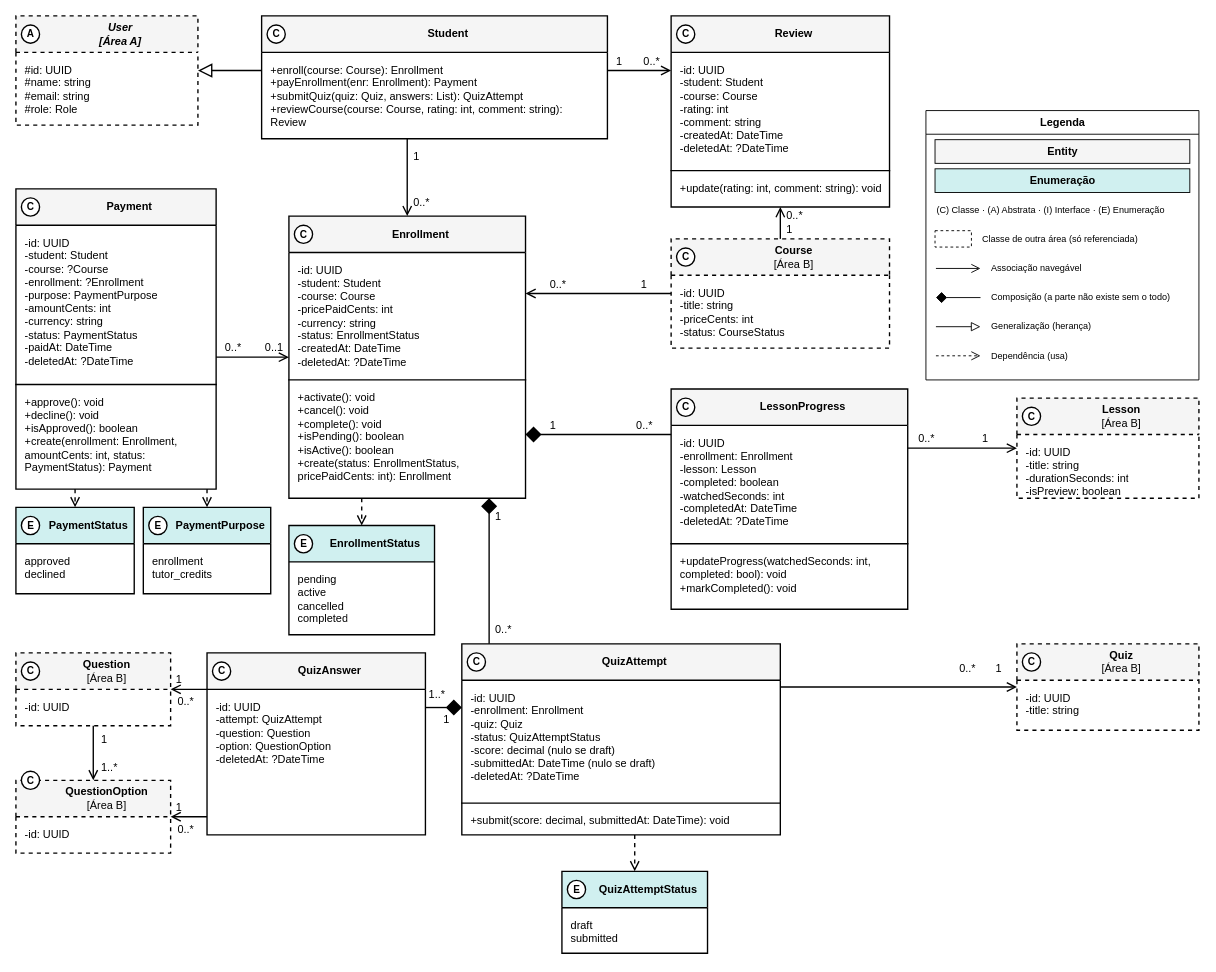
Above: especificacao/diagramas/13-classes-area-c-negocial.drawio in Plataforma-de-Cursos-TCC/plataforma-cursos-docs (draw.io), before the change. Source tidied: cells renumbered, new cells numbered last; positions are measured from the earlier drawing's top-left corner, leaving out a move shared by most shapes. Both pictures are drawn from the tidied source at 91%, with x=0, y=0 at pixel (15, 15).
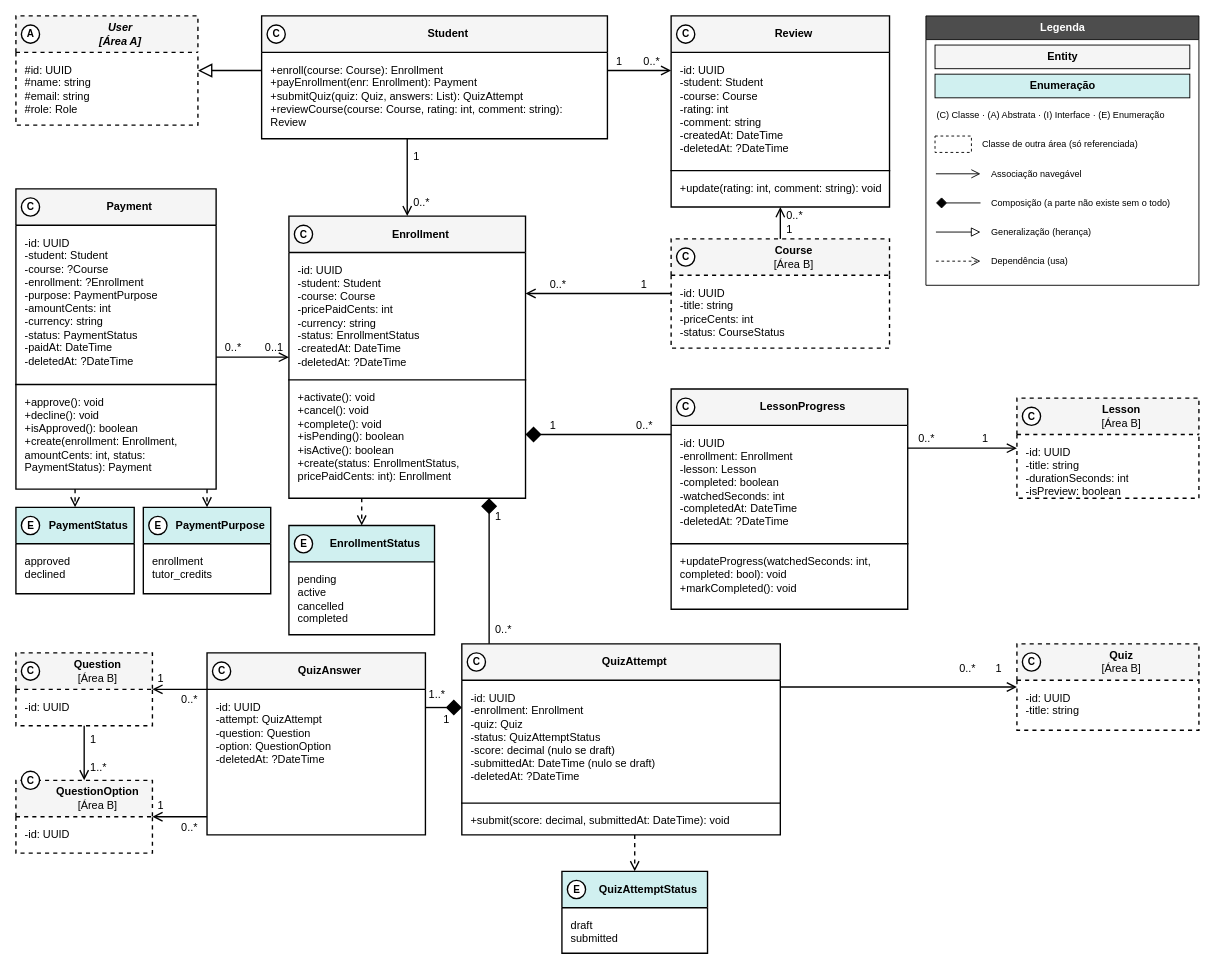
The same diagram, later.

Change to the diagram source:
```diff
@@
     <mxCell id="68" value="&lt;b&gt;Question&lt;/b&gt;&lt;br&gt;[Área B]" style="swimlane;fontStyle=0;align=center;verticalAlign=middle;horizontal=1;startSize=40;html=1;whiteSpace=wrap;fontFamily=Helvetica;fontSize=12;swimlaneFillColor=#FFFFFF;strokeColor=#000000;strokeWidth=1.5;fontColor=#000000;spacingLeft=30;dashed=1;fillColor=#F5F5F5;" parent="1" vertex="1">
-      <mxGeometry y="700" width="170" height="80" as="geometry" />
+      <mxGeometry y="700" width="150" height="80" as="geometry" />
     </mxCell>
@@
     <mxCell id="70" value="&lt;b&gt;QuestionOption&lt;/b&gt;&lt;br&gt;[Área B]" style="swimlane;fontStyle=0;align=center;verticalAlign=middle;horizontal=1;startSize=40;html=1;whiteSpace=wrap;fontFamily=Helvetica;fontSize=12;swimlaneFillColor=#FFFFFF;strokeColor=#000000;strokeWidth=1.5;fontColor=#000000;spacingLeft=30;dashed=1;fillColor=#F5F5F5;" parent="1" vertex="1">
-      <mxGeometry y="840" width="170" height="80" as="geometry" />
+      <mxGeometry y="840" width="150" height="80" as="geometry" />
     </mxCell>
@@
     <mxCell id="76" value="0..*" style="text;html=1;align=left;verticalAlign=middle;fontFamily=Helvetica;fontSize=12;fontColor=#000000;fillColor=none;strokeColor=none;" parent="1" vertex="1">
-      <mxGeometry x="176" y="744" width="30" height="20" as="geometry" />
+      <mxGeometry x="180" y="742" width="30" height="20" as="geometry" />
     </mxCell>
     <mxCell id="77" value="1" style="text;html=1;align=left;verticalAlign=middle;fontFamily=Helvetica;fontSize=12;fontColor=#000000;fillColor=none;strokeColor=none;" parent="1" vertex="1">
-      <mxGeometry x="174" y="720" width="20" height="20" as="geometry" />
+      <mxGeometry x="154" y="718" width="20" height="20" as="geometry" />
     </mxCell>
     <mxCell id="78" value="0..*" style="text;html=1;align=left;verticalAlign=middle;fontFamily=Helvetica;fontSize=12;fontColor=#000000;fillColor=none;strokeColor=none;" parent="1" vertex="1">
-      <mxGeometry x="176" y="884" width="30" height="20" as="geometry" />
+      <mxGeometry x="180" y="882" width="30" height="20" as="geometry" />
     </mxCell>
     <mxCell id="79" value="1" style="text;html=1;align=left;verticalAlign=middle;fontFamily=Helvetica;fontSize=12;fontColor=#000000;fillColor=none;strokeColor=none;" parent="1" vertex="1">
-      <mxGeometry x="174" y="860" width="20" height="20" as="geometry" />
+      <mxGeometry x="154" y="858" width="20" height="20" as="geometry" />
     </mxCell>
     <mxCell id="80" value="1" style="text;html=1;align=left;verticalAlign=middle;fontFamily=Helvetica;fontSize=12;fontColor=#000000;fillColor=none;strokeColor=none;" parent="1" vertex="1">
-      <mxGeometry x="92" y="786" width="20" height="20" as="geometry" />
+      <mxGeometry x="80" y="786" width="20" height="20" as="geometry" />
     </mxCell>
     <mxCell id="81" value="1..*" style="text;html=1;align=left;verticalAlign=middle;fontFamily=Helvetica;fontSize=12;fontColor=#000000;fillColor=none;strokeColor=none;" parent="1" vertex="1">
-      <mxGeometry x="92" y="816" width="30" height="20" as="geometry" />
+      <mxGeometry x="80" y="816" width="30" height="20" as="geometry" />
     </mxCell>
@@
-    <mxCell id="102" value="Legenda" style="swimlane;html=1;rounded=0;startSize=26;fontStyle=1;fillColor=#FFFFFF;swimlaneFillColor=#FFFFFF;strokeColor=#000000;" parent="1" vertex="1">
-      <mxGeometry x="1000" y="104" width="300" height="296" as="geometry" />
+    <mxCell id="102" value="Legenda" style="swimlane;html=1;rounded=0;startSize=26;fontStyle=1;fillColor=#4D4D4D;fontColor=#FFFFFF;swimlaneFillColor=#FFFFFF;strokeColor=#000000;" parent="1" vertex="1">
+      <mxGeometry x="1000" width="300" height="296" as="geometry" />
     </mxCell>
```
